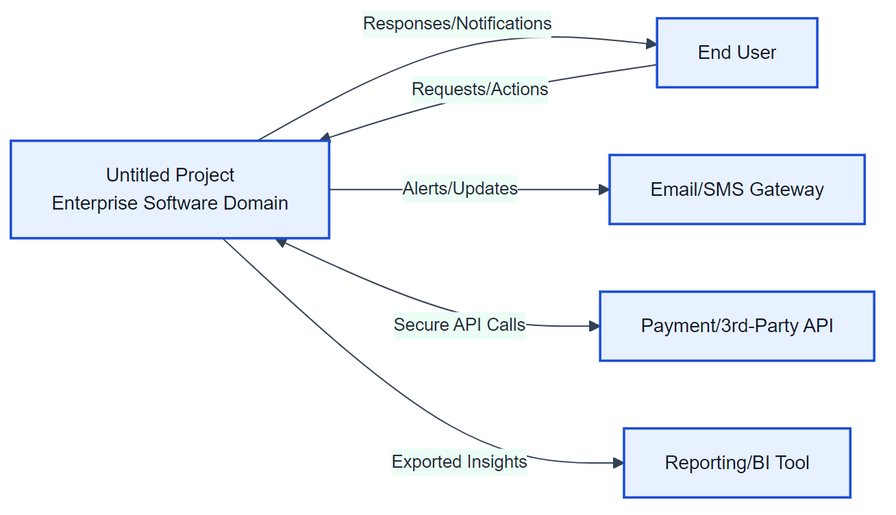
Above: backend/beta/static/Untitled_Project_system_context.png in nilo-yinc/DocuVerse (Mermaid), before the change. Its source is kept beside it as backend/beta/static/Untitled_Project_system_context.mmd. Its diagram source:
```mermaid
flowchart LR
EXT1["Email/SMS Gateway"]
EXT2["Payment/3rd-Party API"]
EXT3["Reporting/BI Tool"]
SYS["Untitled Project<br/>Enterprise Software Domain"]
E0["End User"]
    E0 -->|Requests/Actions| SYS
    SYS -->|Responses/Notifications| E0
    SYS -->|Alerts/Updates| EXT1
    SYS <-->|Secure API Calls| EXT2
    SYS -->|Exported Insights| EXT3
```
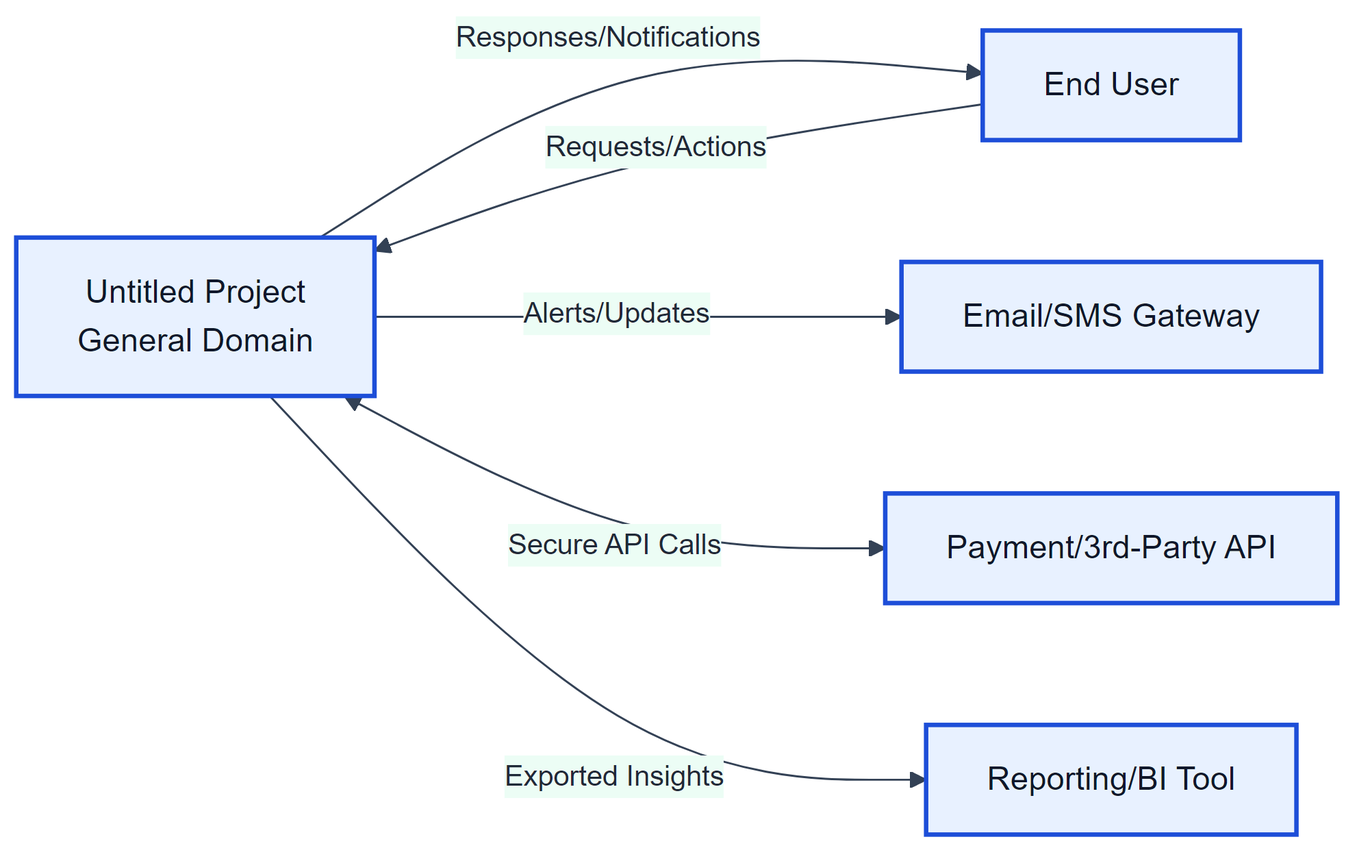
The same diagram one commit later.

What changed in the source:
```diff
@@ -2,7 +2,7 @@
 EXT1["Email/SMS Gateway"]
 EXT2["Payment/3rd-Party API"]
 EXT3["Reporting/BI Tool"]
-SYS["Untitled Project<br/>Enterprise Software Domain"]
+SYS["Untitled Project<br/>General Domain"]
 E0["End User"]
     E0 -->|Requests/Actions| SYS
     SYS -->|Responses/Notifications| E0
```
